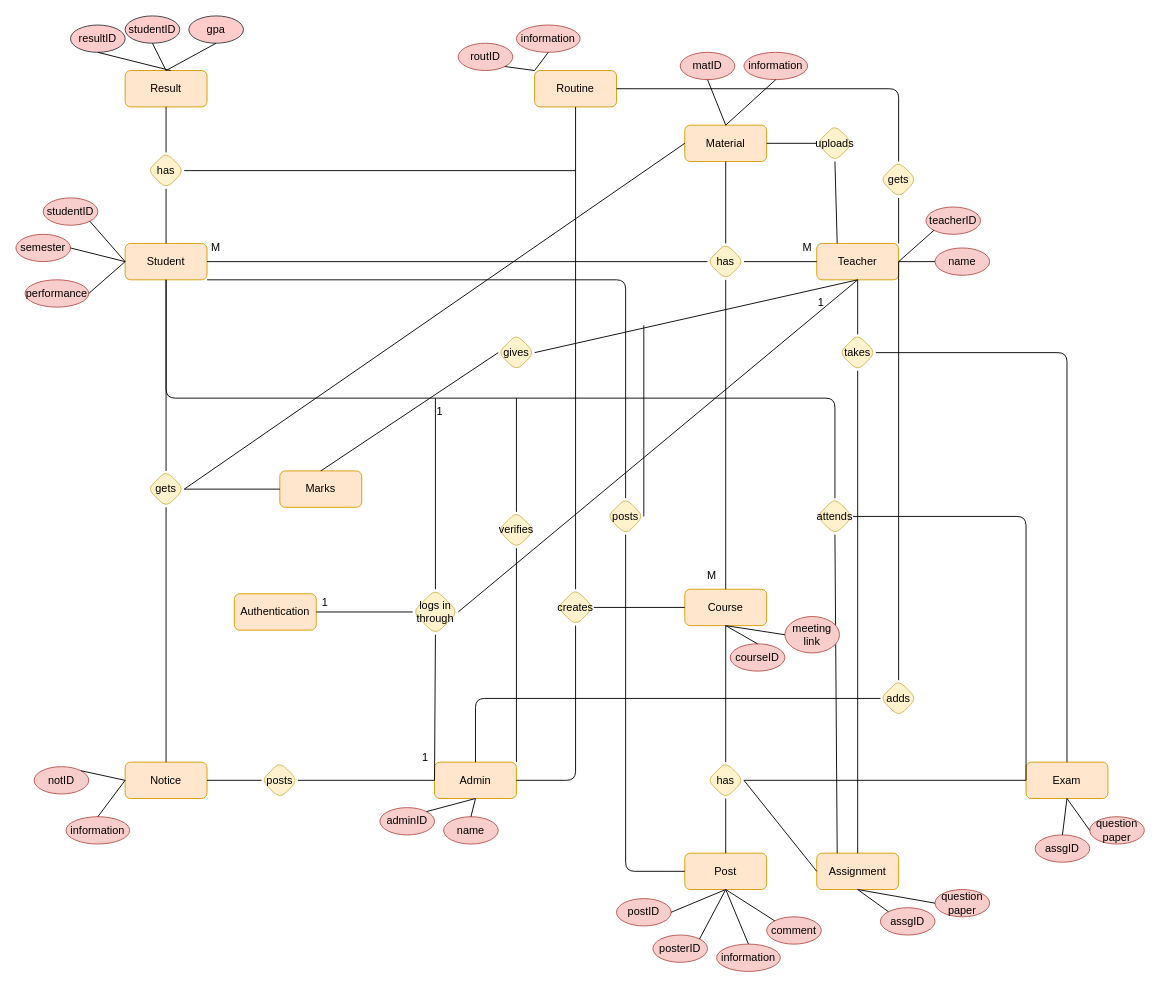
Earlier version of the draw.io diagram page "ER Diagram" (34 of 34) of Diagrams.drawio (shirrsho/E-shcool). Source tidied: cells renumbered, new cells numbered last; positions are measured from the earlier drawing's top-left corner, leaving out a move shared by most shapes. Both pictures are drawn from the tidied source at 91%, with x=0, y=0 at pixel (15, 15).
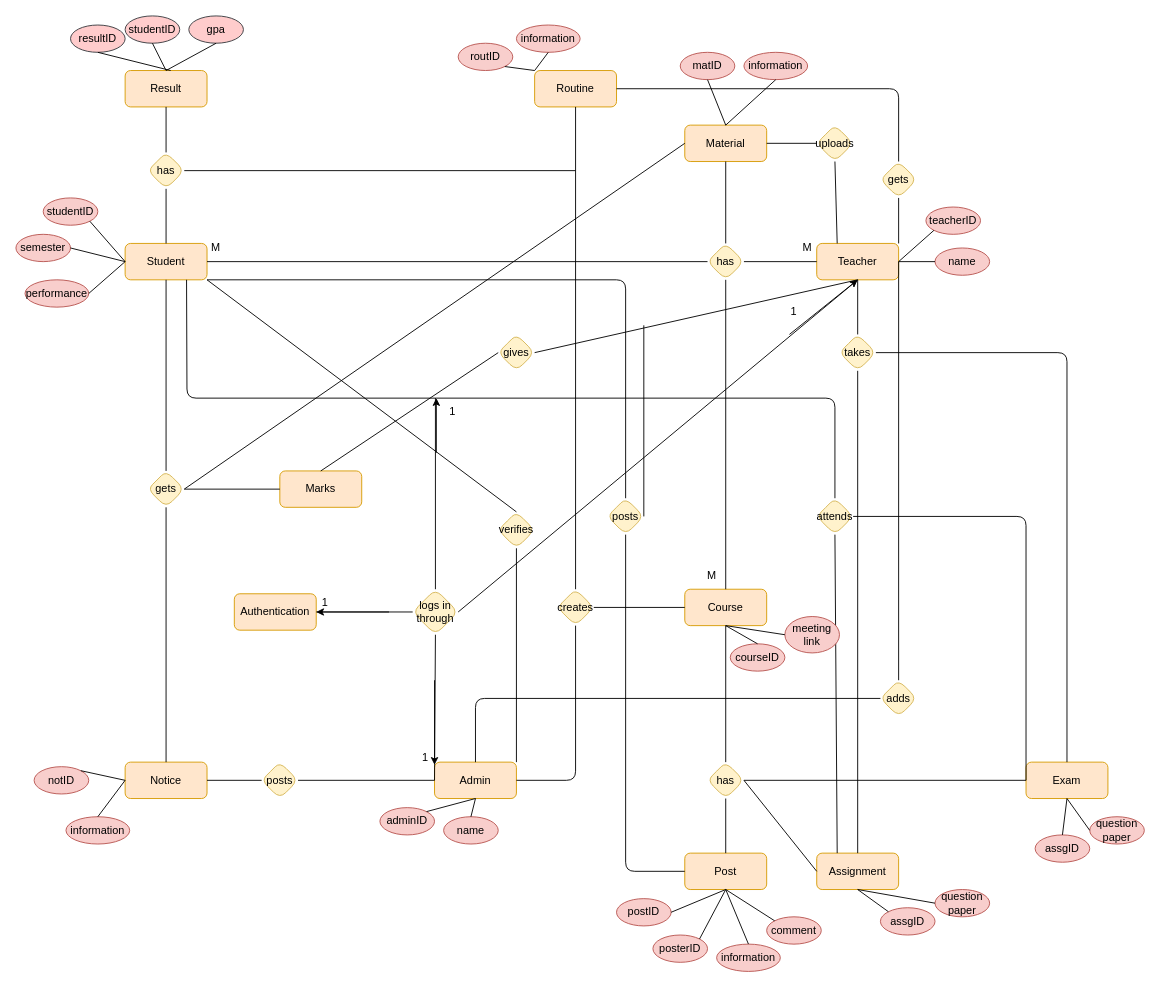
After the change.

Unchanged cells that the change refers to:
```xml
<mxCell id="2" value="Teacher" style="rounded=1;whiteSpace=wrap;html=1;fillColor=#ffe6cc;strokeColor=#d79b00;" parent="1" vertex="1">
  <mxGeometry x="880" y="250" width="90" height="40" as="geometry" />
</mxCell>
<mxCell id="3" value="Student" style="rounded=1;whiteSpace=wrap;html=1;fillColor=#ffe6cc;strokeColor=#d79b00;" parent="1" vertex="1">
  <mxGeometry x="120" y="250" width="90" height="40" as="geometry" />
</mxCell>
<mxCell id="53" value="attends" style="rhombus;whiteSpace=wrap;html=1;fillColor=#fff2cc;strokeColor=#d6b656;rounded=1;" parent="1" vertex="1">
  <mxGeometry x="880" y="530" width="40" height="40" as="geometry" />
</mxCell>
<mxCell id="63" value="verifies" style="rhombus;whiteSpace=wrap;html=1;fillColor=#fff2cc;strokeColor=#d6b656;rounded=1;" parent="1" vertex="1">
  <mxGeometry x="530" y="545" width="40" height="40" as="geometry" />
</mxCell>
```

The edit, as a diff of the source:
```diff
@@
-    <mxCell id="54" style="endArrow=none;html=1;rounded=1;entryX=0.5;entryY=0;entryDx=0;entryDy=0;exitX=0.5;exitY=1;exitDx=0;exitDy=0;" parent="1" edge="1" source="3" target="53">
+    <mxCell id="54" style="endArrow=none;html=1;rounded=1;entryX=0.5;entryY=0;entryDx=0;entryDy=0;exitX=0.75;exitY=1;exitDx=0;exitDy=0;targetPerimeterSpacing=0;" parent="1" edge="1" source="3" target="53">
       <mxGeometry relative="1" as="geometry">
         <Array as="points">
-          <mxPoint x="165" y="420" />
+          <mxPoint x="188" y="420" />
           <mxPoint x="900" y="420" />
         </Array>
       </mxGeometry>
     </mxCell>
@@
     <mxCell id="64" style="endArrow=none;html=1;rounded=1;entryX=0.5;entryY=0;entryDx=0;entryDy=0;" parent="1" edge="1" target="63">
       <mxGeometry relative="1" as="geometry">
-        <mxPoint x="550" y="420" as="sourcePoint" />
+        <mxPoint x="210" y="290" as="sourcePoint" />
       </mxGeometry>
     </mxCell>
@@
     <mxCell id="78" value="1" style="text;html=1;strokeColor=none;fillColor=none;align=center;verticalAlign=middle;whiteSpace=wrap;rounded=1;" parent="1" vertex="1">
-      <mxGeometry x="855" y="300" width="60" height="30" as="geometry" />
+      <mxGeometry x="825" y="310" width="60" height="30" as="geometry" />
     </mxCell>
     <mxCell id="79" value="1" style="text;html=1;strokeColor=none;fillColor=none;align=center;verticalAlign=middle;whiteSpace=wrap;rounded=1;" parent="1" vertex="1">
-      <mxGeometry x="436" y="420" width="60" height="30" as="geometry" />
+      <mxGeometry x="450" y="420" width="60" height="30" as="geometry" />
     </mxCell>
@@
+    <mxCell id="132" style="endArrow=classic;html=1;rounded=0;targetPerimeterSpacing=0;entryX=0.5;entryY=0;entryDx=0;entryDy=0;" parent="1" edge="1">
+      <mxGeometry relative="1" as="geometry">
+        <mxPoint x="462" y="480" as="sourcePoint" />
+        <mxPoint x="462" y="420" as="targetPoint" />
+      </mxGeometry>
+    </mxCell>
+    <mxCell id="133" style="endArrow=classic;html=1;rounded=0;targetPerimeterSpacing=0;" parent="1" edge="1">
+      <mxGeometry relative="1" as="geometry">
+        <mxPoint x="410" y="655" as="sourcePoint" />
+        <mxPoint x="330" y="655" as="targetPoint" />
+      </mxGeometry>
+    </mxCell>
+    <mxCell id="134" style="endArrow=classic;html=1;rounded=0;targetPerimeterSpacing=0;entryX=0.75;entryY=1;entryDx=0;entryDy=0;" parent="1" edge="1">
+      <mxGeometry relative="1" as="geometry">
+        <mxPoint x="460" y="730" as="sourcePoint" />
+        <mxPoint x="460" y="823" as="targetPoint" />
+      </mxGeometry>
+    </mxCell>
+    <mxCell id="135" style="endArrow=classic;html=1;rounded=0;targetPerimeterSpacing=0;entryX=0.5;entryY=1;entryDx=0;entryDy=0;" parent="1" edge="1" target="2">
+      <mxGeometry relative="1" as="geometry">
+        <mxPoint x="850" y="350" as="sourcePoint" />
+      </mxGeometry>
+    </mxCell>
```
